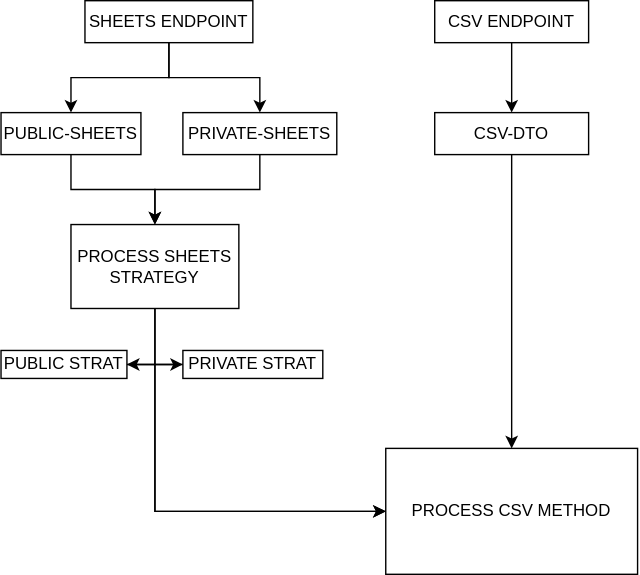
The draw.io diagram StrategyPattern+JacksonSerializationPattern.drawio.svg in Ant-On-03/mental-models, before a commit. Source tidied: cells renumbered, new cells last; positions are measured from the earlier drawing's top-left corner, leaving out a move shared by most shapes. Source of this version:
```xml
<mxGraphModel>
  <root>
    <mxCell id="0" />
    <mxCell id="1" parent="0" />
    <mxCell id="2" style="edgeStyle=orthogonalEdgeStyle;rounded=0;jettySize=auto;html=1;exitX=0.5;exitY=1;exitDx=0;exitDy=0;entryX=0.5;entryY=0;entryDx=0;entryDy=0;" parent="1" edge="1" source="4" target="6">
      <mxGeometry relative="1" as="geometry" />
    </mxCell>
    <mxCell id="3" style="edgeStyle=orthogonalEdgeStyle;rounded=0;jettySize=auto;html=1;exitX=0.5;exitY=1;exitDx=0;exitDy=0;entryX=0.5;entryY=0;entryDx=0;entryDy=0;" parent="1" edge="1" source="4" target="8">
      <mxGeometry relative="1" as="geometry" />
    </mxCell>
    <mxCell id="4" value="SHEETS ENDPOINT" style="rounded=0;whiteSpace=wrap;html=1;" parent="1" vertex="1">
      <mxGeometry x="60" width="120" height="30" as="geometry" />
    </mxCell>
    <mxCell id="5" style="edgeStyle=orthogonalEdgeStyle;rounded=0;jettySize=auto;html=1;exitX=0.5;exitY=1;exitDx=0;exitDy=0;entryX=0.5;entryY=0;entryDx=0;entryDy=0;" parent="1" edge="1" source="6" target="18">
      <mxGeometry relative="1" as="geometry" />
    </mxCell>
    <mxCell id="6" value="PUBLIC-SHEETS" style="rounded=0;whiteSpace=wrap;html=1;" parent="1" vertex="1">
      <mxGeometry y="80" width="100" height="30" as="geometry" />
    </mxCell>
    <mxCell id="7" style="edgeStyle=orthogonalEdgeStyle;rounded=0;jettySize=auto;html=1;exitX=0.5;exitY=1;exitDx=0;exitDy=0;entryX=0.5;entryY=0;entryDx=0;entryDy=0;" parent="1" edge="1" source="8" target="18">
      <mxGeometry relative="1" as="geometry" />
    </mxCell>
    <mxCell id="8" value="PRIVATE-SHEETS" style="rounded=0;whiteSpace=wrap;html=1;" parent="1" vertex="1">
      <mxGeometry x="130" y="80" width="110" height="30" as="geometry" />
    </mxCell>
    <mxCell id="9" style="edgeStyle=orthogonalEdgeStyle;rounded=0;jettySize=auto;html=1;exitX=0.5;exitY=1;exitDx=0;exitDy=0;entryX=0.5;entryY=0;entryDx=0;entryDy=0;" parent="1" edge="1" source="10" target="13">
      <mxGeometry relative="1" as="geometry" />
    </mxCell>
    <mxCell id="10" value="CSV-DTO" style="rounded=0;whiteSpace=wrap;html=1;" parent="1" vertex="1">
      <mxGeometry x="310" y="80" width="110" height="30" as="geometry" />
    </mxCell>
    <mxCell id="11" style="edgeStyle=orthogonalEdgeStyle;rounded=0;jettySize=auto;html=1;exitX=0.5;exitY=1;exitDx=0;exitDy=0;entryX=0.5;entryY=0;entryDx=0;entryDy=0;" parent="1" edge="1" source="12" target="10">
      <mxGeometry relative="1" as="geometry" />
    </mxCell>
    <mxCell id="12" value="CSV ENDPOINT" style="rounded=0;whiteSpace=wrap;html=1;" parent="1" vertex="1">
      <mxGeometry x="310" width="110" height="30" as="geometry" />
    </mxCell>
    <mxCell id="13" value="PROCESS CSV METHOD" style="rounded=0;whiteSpace=wrap;html=1;" parent="1" vertex="1">
      <mxGeometry x="275" y="320" width="180" height="90" as="geometry" />
    </mxCell>
    <mxCell id="14" style="edgeStyle=orthogonalEdgeStyle;rounded=0;jettySize=auto;html=1;exitX=0.5;exitY=1;exitDx=0;exitDy=0;entryX=0;entryY=0.5;entryDx=0;entryDy=0;" parent="1" edge="1" source="15" target="13">
      <mxGeometry relative="1" as="geometry">
        <Array as="points">
          <mxPoint x="45" y="260" />
          <mxPoint x="110" y="260" />
          <mxPoint x="110" y="365" />
        </Array>
      </mxGeometry>
    </mxCell>
    <mxCell id="15" value="PUBLIC STRAT" style="rounded=0;whiteSpace=wrap;html=1;" parent="1" vertex="1">
      <mxGeometry y="250" width="90" height="20" as="geometry" />
    </mxCell>
    <mxCell id="16" style="edgeStyle=orthogonalEdgeStyle;rounded=0;jettySize=auto;html=1;exitX=0.5;exitY=1;exitDx=0;exitDy=0;entryX=1;entryY=0.5;entryDx=0;entryDy=0;" parent="1" edge="1" source="18" target="15">
      <mxGeometry relative="1" as="geometry" />
    </mxCell>
    <mxCell id="17" style="edgeStyle=orthogonalEdgeStyle;rounded=0;jettySize=auto;html=1;exitX=0.5;exitY=1;exitDx=0;exitDy=0;entryX=0;entryY=0.5;entryDx=0;entryDy=0;" parent="1" edge="1" source="18" target="20">
      <mxGeometry relative="1" as="geometry" />
    </mxCell>
    <mxCell id="18" value="PROCESS SHEETS STRATEGY" style="rounded=0;whiteSpace=wrap;html=1;" parent="1" vertex="1">
      <mxGeometry x="50" y="160" width="120" height="60" as="geometry" />
    </mxCell>
    <mxCell id="19" style="edgeStyle=orthogonalEdgeStyle;rounded=0;jettySize=auto;html=1;exitX=0;exitY=0.5;exitDx=0;exitDy=0;entryX=0;entryY=0.5;entryDx=0;entryDy=0;" parent="1" edge="1" source="20" target="13">
      <mxGeometry relative="1" as="geometry" />
    </mxCell>
    <mxCell id="20" value="PRIVATE STRAT" style="rounded=0;whiteSpace=wrap;html=1;" parent="1" vertex="1">
      <mxGeometry x="130" y="250" width="100" height="20" as="geometry" />
    </mxCell>
  </root>
</mxGraphModel>
```
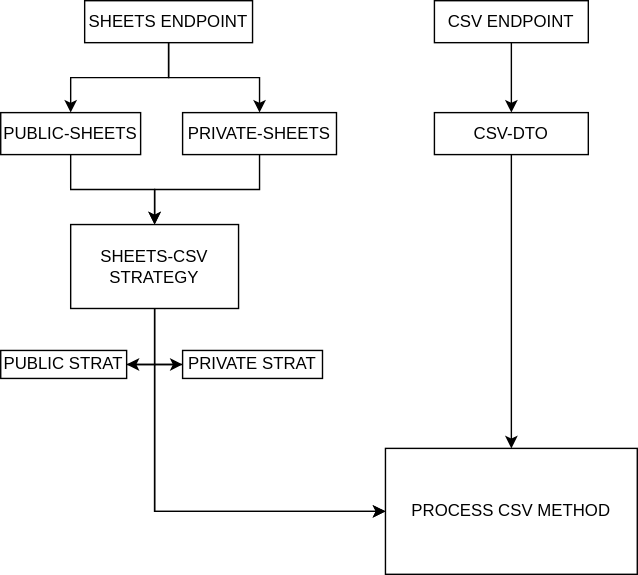
After the commit.

Diff of the diagram source:
```diff
@@ -56,7 +56,7 @@
     <mxCell id="17" style="edgeStyle=orthogonalEdgeStyle;rounded=0;jettySize=auto;html=1;exitX=0.5;exitY=1;exitDx=0;exitDy=0;entryX=0;entryY=0.5;entryDx=0;entryDy=0;" parent="1" edge="1" source="18" target="20">
       <mxGeometry relative="1" as="geometry" />
     </mxCell>
-    <mxCell id="18" value="PROCESS SHEETS STRATEGY" style="rounded=0;whiteSpace=wrap;html=1;" parent="1" vertex="1">
+    <mxCell id="18" value="SHEETS-CSV STRATEGY" style="rounded=0;whiteSpace=wrap;html=1;" parent="1" vertex="1">
       <mxGeometry x="50" y="160" width="120" height="60" as="geometry" />
     </mxCell>
     <mxCell id="19" style="edgeStyle=orthogonalEdgeStyle;rounded=0;jettySize=auto;html=1;exitX=0;exitY=0.5;exitDx=0;exitDy=0;entryX=0;entryY=0.5;entryDx=0;entryDy=0;" parent="1" edge="1" source="20" target="13">
```
